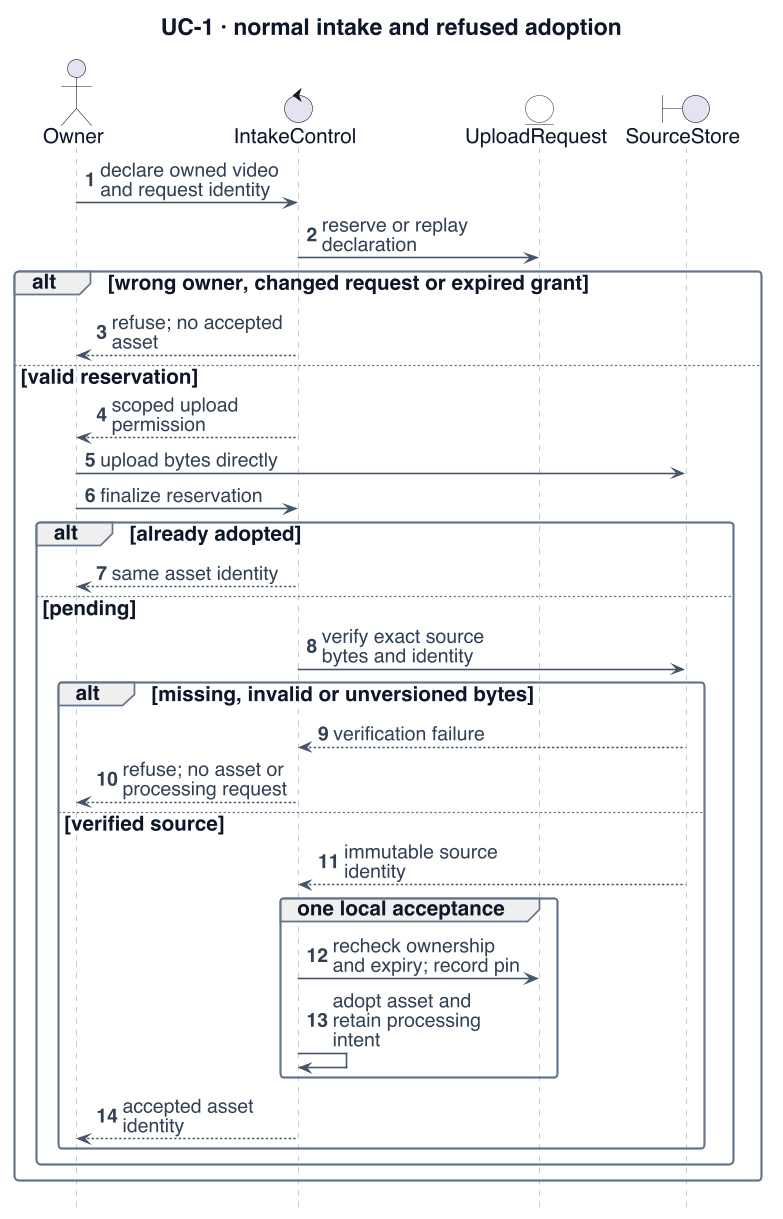
Collaboration95/dc2 keeps this PlantUML diagram as project-documentation/final-report/figures/uc1-analysis-upload.png. Above is the earlier version. The source it was exported from:
```plantuml
@startuml
!include _style.iuml
skinparam dpi 110
skinparam defaultFontSize 18
skinparam ArrowFontSize 17
skinparam ClassAttributeFontSize 17
skinparam ClassStereotypeFontSize 15
skinparam NoteFontSize 16
skinparam LegendFontSize 15
skinparam titleFontSize 20
skinparam classAttributeIconSize 0
skinparam maxMessageSize 165
skinparam nodesep 18
skinparam ranksep 24
hide footbox
hide circle
title UC-1 · normal intake and refused adoption
autonumber
actor Owner
control IntakeControl as C
entity UploadRequest as R
boundary SourceStore as S
Owner -> C : declare owned video and request identity
C -> R : reserve or replay declaration
alt wrong owner, changed request or expired grant
 C --> Owner : refuse; no accepted asset
else valid reservation
 C --> Owner : scoped upload permission
 Owner -> S : upload bytes directly
 Owner -> C : finalize reservation
 alt already adopted
  C --> Owner : same asset identity
 else pending
  C -> S : verify exact source bytes and identity
  alt missing, invalid or unversioned bytes
   S --> C : verification failure
   C --> Owner : refuse; no asset or processing request
  else verified source
   S --> C : immutable source identity
   group one local acceptance
    C -> R : recheck ownership and expiry; record pin
    C -> C : adopt asset and retain processing intent
   end
   C --> Owner : accepted asset identity
  end
 end
end
@enduml
```
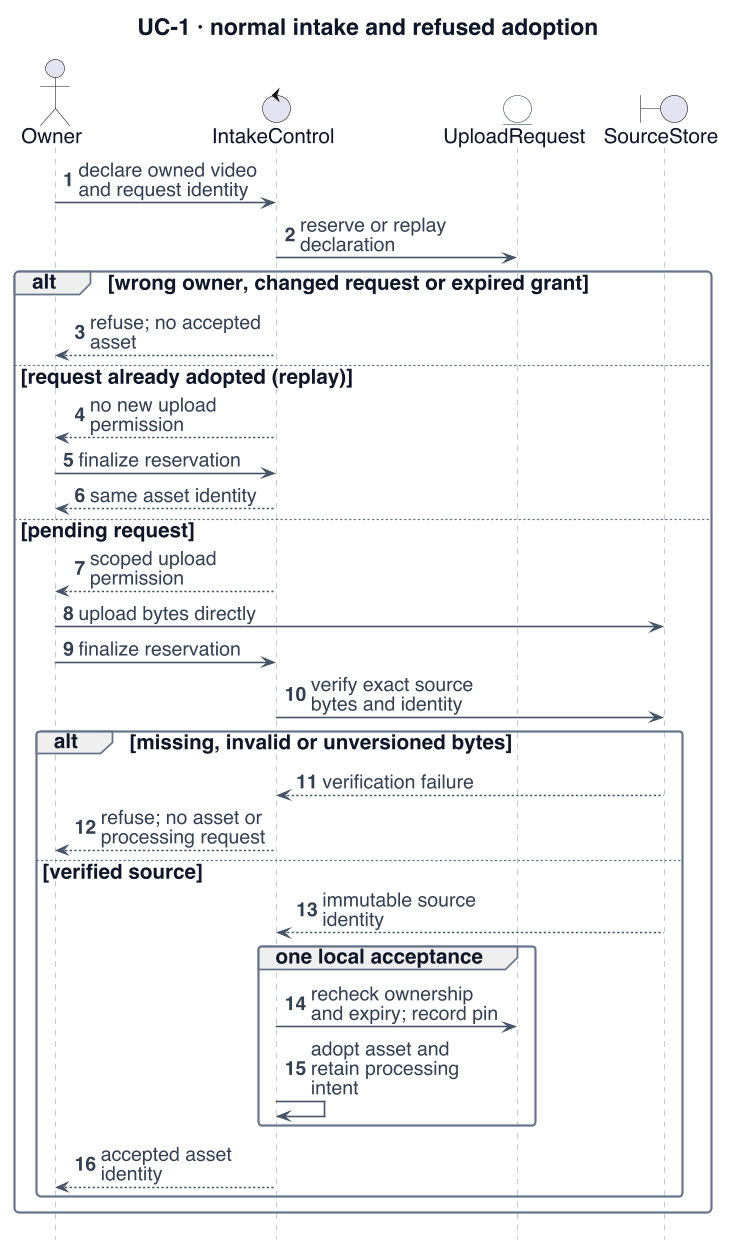
After the change.

The edit, as a diff of the source:
```diff
@@ -24,25 +24,25 @@
 C -> R : reserve or replay declaration
 alt wrong owner, changed request or expired grant
  C --> Owner : refuse; no accepted asset
-else valid reservation
+else request already adopted (replay)
+ C --> Owner : no new upload permission
+ Owner -> C : finalize reservation
+ C --> Owner : same asset identity
+else pending request
  C --> Owner : scoped upload permission
  Owner -> S : upload bytes directly
  Owner -> C : finalize reservation
- alt already adopted
-  C --> Owner : same asset identity
- else pending
-  C -> S : verify exact source bytes and identity
-  alt missing, invalid or unversioned bytes
-   S --> C : verification failure
-   C --> Owner : refuse; no asset or processing request
-  else verified source
-   S --> C : immutable source identity
-   group one local acceptance
-    C -> R : recheck ownership and expiry; record pin
-    C -> C : adopt asset and retain processing intent
-   end
-   C --> Owner : accepted asset identity
+ C -> S : verify exact source bytes and identity
+ alt missing, invalid or unversioned bytes
+  S --> C : verification failure
+  C --> Owner : refuse; no asset or processing request
+ else verified source
+  S --> C : immutable source identity
+  group one local acceptance
+   C -> R : recheck ownership and expiry; record pin
+   C -> C : adopt asset and retain processing intent
   end
+  C --> Owner : accepted asset identity
  end
 end
 @enduml
```
